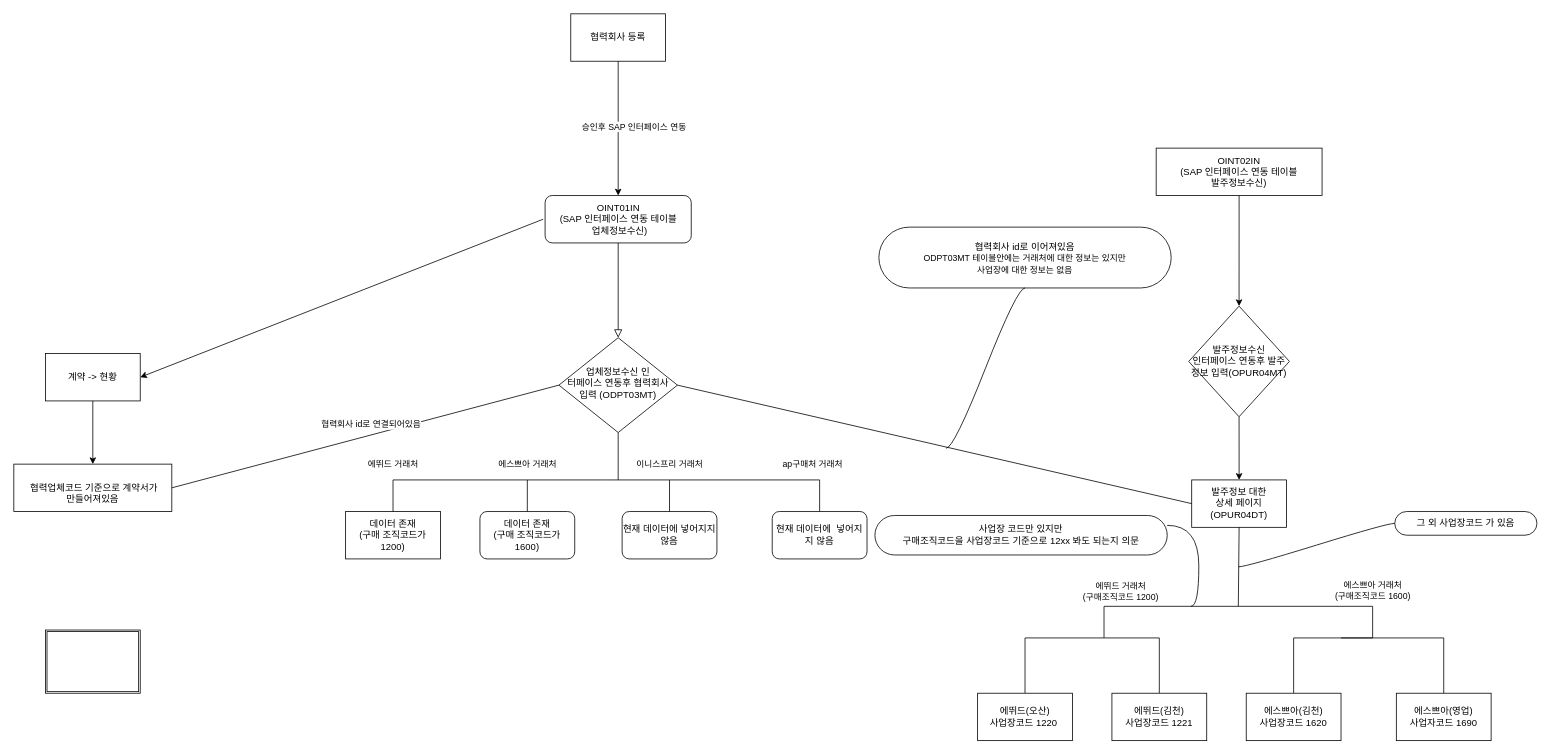
The draw.io diagram 제목 없는 다이어그램.drawio in jeahuck/yang, before the edit. Source tidied: cells renumbered, new cells numbered last; positions are measured from the earlier drawing's top-left corner, leaving out a move shared by most shapes. Both pictures are drawn from the tidied source at 79%, with x=0, y=0 at pixel (13, 13).
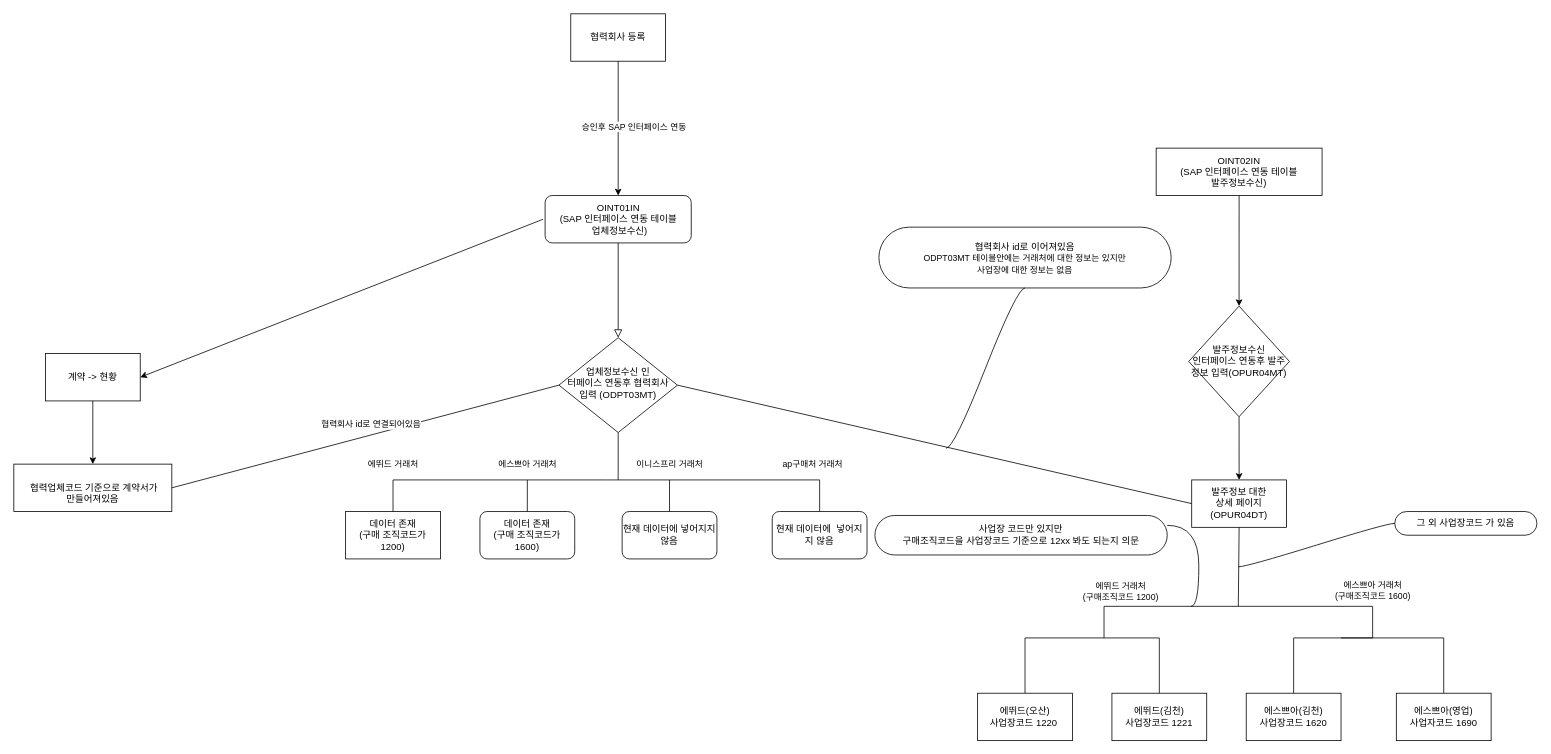
Above is the later version.

Commit message:
제목 없는 다이어그램.drawio 업데이트

What changed in the source:
```diff
@@
-    <mxCell id="43" style="shape=ext;double=1;rounded=0;whiteSpace=wrap;html=1;" parent="1" vertex="1">
-      <mxGeometry x="40" y="780" width="120" height="80" as="geometry" />
-    </mxCell>
```
